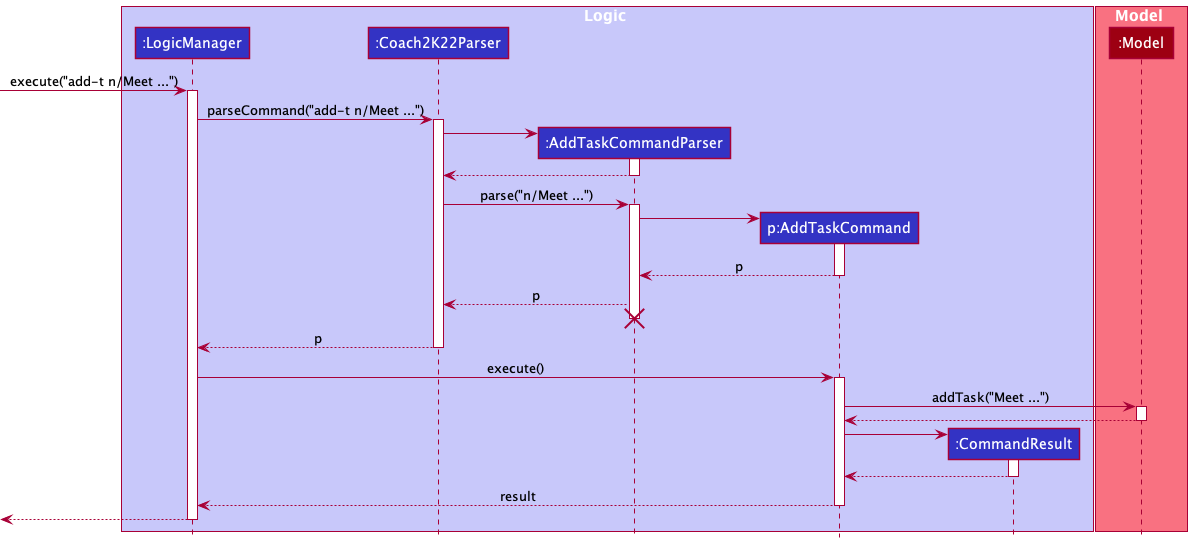
The PlantUML diagram docs/images/AddTaskSequenceDiagram.png in simjunheng/tp, before a commit.
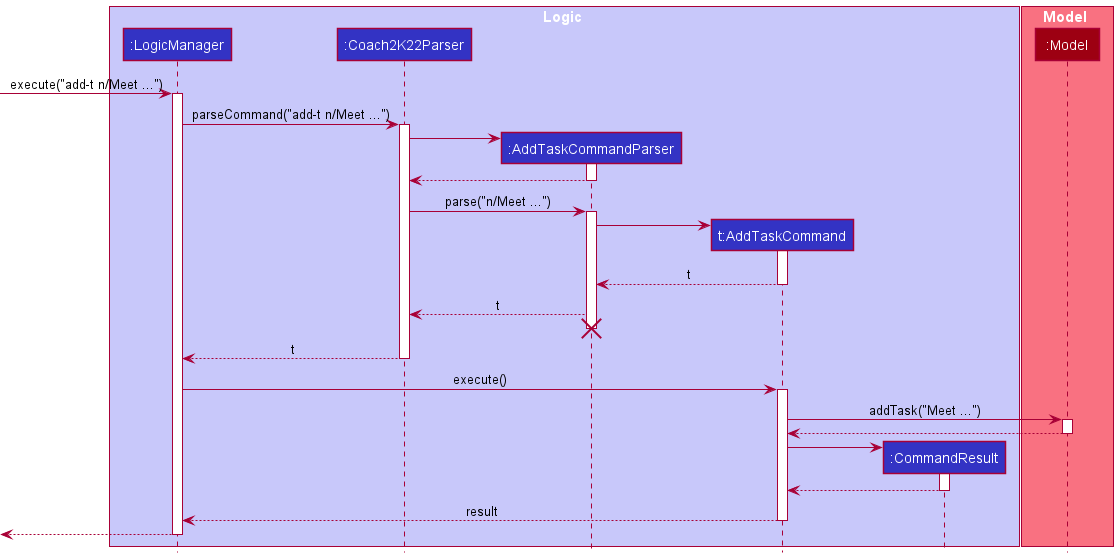
Above is the later version.

What changed in the source:
```diff
@@ -5,7 +5,7 @@
 participant ":LogicManager" as LogicManager LOGIC_COLOR
 participant ":Coach2K22Parser" as Coach2K22Parser LOGIC_COLOR
 participant ":AddTaskCommandParser" as AddTaskCommandParser LOGIC_COLOR
-participant "p:AddTaskCommand" as AddTaskCommand LOGIC_COLOR
+participant "t:AddTaskCommand" as AddTaskCommand LOGIC_COLOR
 participant ":CommandResult" as CommandResult LOGIC_COLOR
 end box
 
@@ -33,14 +33,14 @@
 AddTaskCommandParser -> AddTaskCommand
 activate AddTaskCommand
 
-AddTaskCommand --> AddTaskCommandParser : p
+AddTaskCommand --> AddTaskCommandParser : t
 deactivate AddTaskCommand
-AddTaskCommandParser --> Coach2K22Parser : p
+AddTaskCommandParser --> Coach2K22Parser : t
 
 AddTaskCommandParser -[hidden]-> Coach2K22Parser
 destroy AddTaskCommandParser
 
-Coach2K22Parser --> LogicManager : p
+Coach2K22Parser --> LogicManager : t
 deactivate Coach2K22Parser
 
 LogicManager -> AddTaskCommand : execute()
```
